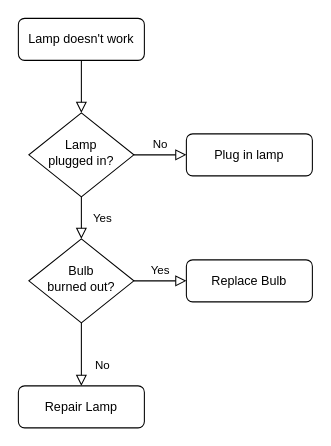
NjuptMei/DrowIo keeps this draw.io diagram as 绘图文件/未命名绘图.drawio. Above is the earlier version. Source tidied: cells renumbered, new cells numbered last; positions are measured from the earlier drawing's top-left corner, leaving out a move shared by most shapes. Both pictures are drawn from the tidied source at 105%, with x=0, y=0 at pixel (18, 18).
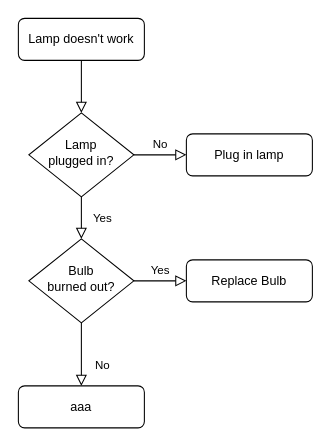
Above is the later version.

Commit message:
更新未命名绘图.drawio

The edit, as a diff of the source:
```diff
@@
 <mxGraphModel>
   <root>
     <mxCell id="0" />
     <mxCell id="1" parent="0" />
     <mxCell id="2" style="rounded=0;html=1;jettySize=auto;fontSize=11;endArrow=block;endFill=0;endSize=8;strokeWidth=1;shadow=0;labelBackgroundColor=none;edgeStyle=orthogonalEdgeStyle;" parent="1" edge="1" source="3" target="6">
       <mxGeometry relative="1" as="geometry" />
     </mxCell>
     <mxCell id="3" value="Lamp doesn't work" style="rounded=1;whiteSpace=wrap;html=1;fontSize=12;glass=0;strokeWidth=1;shadow=0;" parent="1" vertex="1">
       <mxGeometry width="120" height="40" as="geometry" />
     </mxCell>
     <mxCell id="4" value="Yes" style="rounded=0;html=1;jettySize=auto;fontSize=11;endArrow=block;endFill=0;endSize=8;strokeWidth=1;shadow=0;labelBackgroundColor=none;edgeStyle=orthogonalEdgeStyle;" parent="1" edge="1" source="6" target="10">
       <mxGeometry y="20" relative="1" as="geometry" />
     </mxCell>
     <mxCell id="5" value="No" style="edgeStyle=orthogonalEdgeStyle;rounded=0;html=1;jettySize=auto;fontSize=11;endArrow=block;endFill=0;endSize=8;strokeWidth=1;shadow=0;labelBackgroundColor=none;" parent="1" edge="1" source="6" target="7">
       <mxGeometry y="10" relative="1" as="geometry" />
     </mxCell>
     <mxCell id="6" value="Lamp&lt;br&gt;plugged in?" style="rhombus;whiteSpace=wrap;html=1;shadow=0;fontFamily=Helvetica;fontSize=12;align=center;strokeWidth=1;spacing=6;spacingTop=-4;" parent="1" vertex="1">
       <mxGeometry x="10" y="90" width="100" height="80" as="geometry" />
     </mxCell>
     <mxCell id="7" value="Plug in lamp" style="rounded=1;whiteSpace=wrap;html=1;fontSize=12;glass=0;strokeWidth=1;shadow=0;" parent="1" vertex="1">
       <mxGeometry x="160" y="110" width="120" height="40" as="geometry" />
     </mxCell>
     <mxCell id="8" value="No" style="rounded=0;html=1;jettySize=auto;fontSize=11;endArrow=block;endFill=0;endSize=8;strokeWidth=1;shadow=0;labelBackgroundColor=none;edgeStyle=orthogonalEdgeStyle;" parent="1" edge="1" source="10" target="11">
       <mxGeometry x="0.33" y="20" relative="1" as="geometry" />
     </mxCell>
     <mxCell id="9" value="Yes" style="edgeStyle=orthogonalEdgeStyle;rounded=0;html=1;jettySize=auto;fontSize=11;endArrow=block;endFill=0;endSize=8;strokeWidth=1;shadow=0;labelBackgroundColor=none;" parent="1" edge="1" source="10" target="12">
       <mxGeometry y="10" relative="1" as="geometry" />
     </mxCell>
     <mxCell id="10" value="Bulb&lt;br&gt;burned out?" style="rhombus;whiteSpace=wrap;html=1;shadow=0;fontFamily=Helvetica;fontSize=12;align=center;strokeWidth=1;spacing=6;spacingTop=-4;" parent="1" vertex="1">
       <mxGeometry x="10" y="210" width="100" height="80" as="geometry" />
     </mxCell>
-    <mxCell id="11" value="Repair Lamp" style="rounded=1;whiteSpace=wrap;html=1;fontSize=12;glass=0;strokeWidth=1;shadow=0;" parent="1" vertex="1">
+    <mxCell id="11" value="aaa" style="rounded=1;whiteSpace=wrap;html=1;fontSize=12;glass=0;strokeWidth=1;shadow=0;" parent="1" vertex="1">
       <mxGeometry y="350" width="120" height="40" as="geometry" />
     </mxCell>
     <mxCell id="12" value="Replace Bulb" style="rounded=1;whiteSpace=wrap;html=1;fontSize=12;glass=0;strokeWidth=1;shadow=0;" parent="1" vertex="1">
       <mxGeometry x="160" y="230" width="120" height="40" as="geometry" />
     </mxCell>
   </root>
 </mxGraphModel>
```
